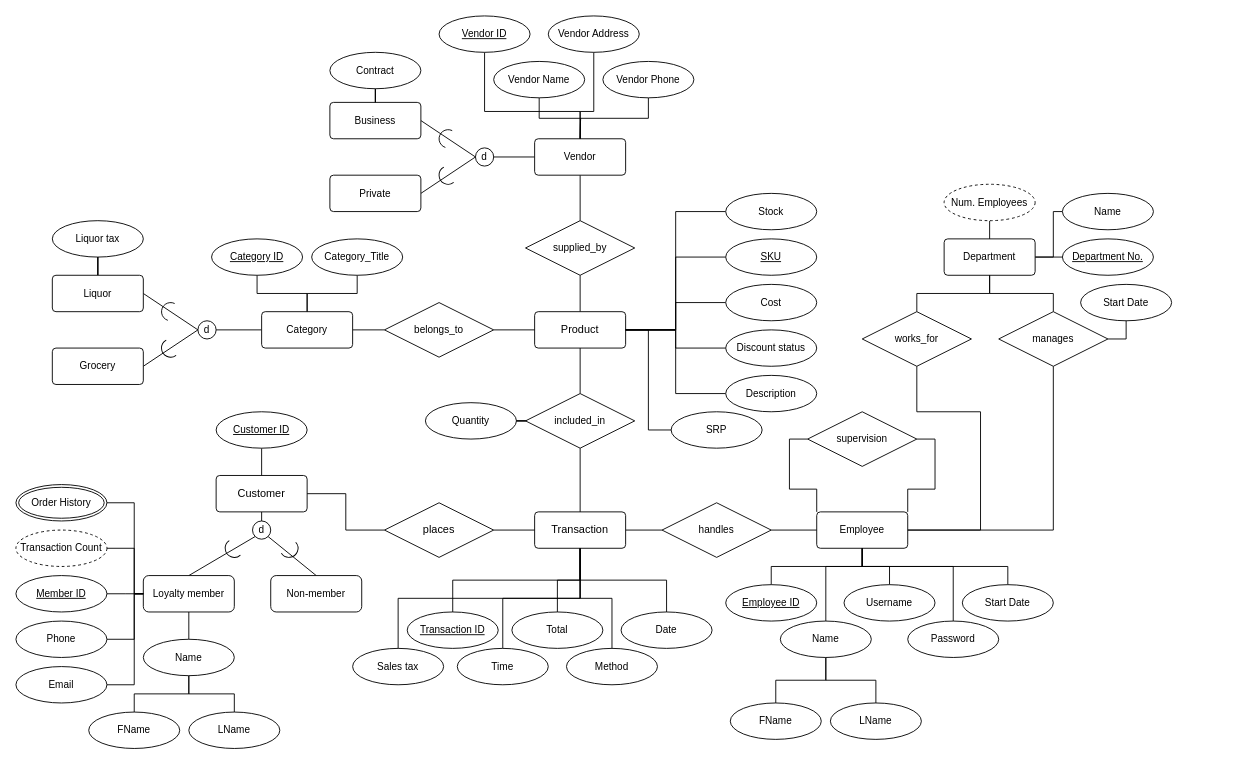
Before: Scotts_Bar_2_ERD.drawio in vincentgruse/ScottsBar2, a draw.io diagram. Source tidied: cells renumbered, new cells numbered last; positions are measured from the earlier drawing's top-left corner, leaving out a move shared by most shapes. Both pictures are drawn from the tidied source at 91%, with x=0, y=0 at pixel (15, 15).
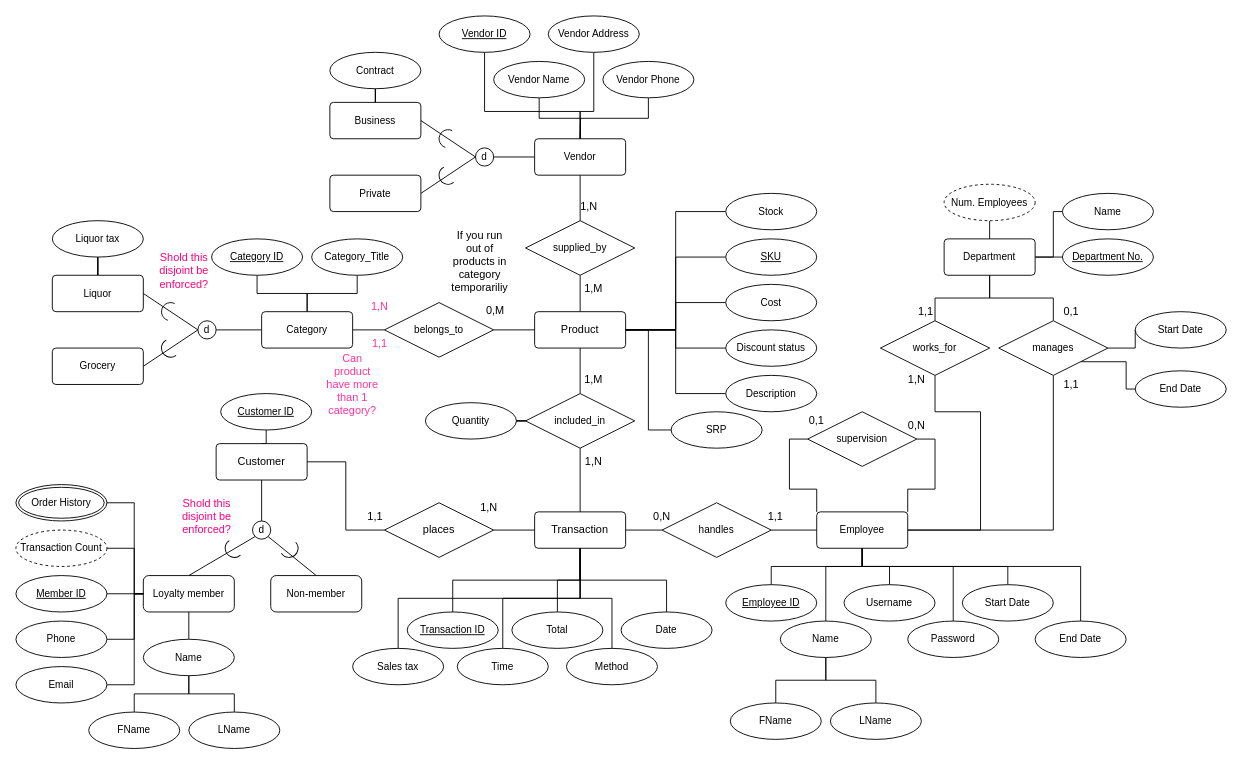
The same page after the edit.

Commit message:
Added cardinalities, some comments/questions

Unchanged cells that the change refers to:
```xml
<mxCell id="61" value="Employee" style="rounded=1;arcSize=10;whiteSpace=wrap;html=1;align=center;fontFamily=Helvetica;fontSize=11;fontColor=default;labelBackgroundColor=default;" parent="1" vertex="1">
  <mxGeometry x="880" y="545" width="100" height="40" as="geometry" />
</mxCell>
```

The edit, as a diff of the source:
```diff
@@
     <mxCell id="8" value="Customer" style="rounded=1;arcSize=10;whiteSpace=wrap;html=1;align=center;" parent="1" vertex="1">
-      <mxGeometry x="220" y="505" width="100" height="40" as="geometry" />
+      <mxGeometry x="220" y="470" width="100" height="40" as="geometry" />
     </mxCell>
@@
     <mxCell id="69" style="edgeStyle=orthogonalEdgeStyle;rounded=0;jettySize=auto;html=1;exitX=0.5;exitY=1;exitDx=0;exitDy=0;entryX=1;entryY=0.5;entryDx=0;entryDy=0;strokeColor=default;align=center;verticalAlign=middle;fontFamily=Helvetica;fontSize=11;fontColor=default;labelBackgroundColor=default;endArrow=none;endFill=0;" parent="1" edge="1" source="70" target="61">
       <mxGeometry relative="1" as="geometry">
         <Array as="points">
-          <mxPoint x="990" y="435" />
+          <mxPoint x="1010" y="435" />
           <mxPoint x="1060" y="435" />
           <mxPoint x="1060" y="565" />
         </Array>
       </mxGeometry>
     </mxCell>
     <mxCell id="70" value="works_for" style="shape=rhombus;perimeter=rhombusPerimeter;whiteSpace=wrap;html=1;align=center;fontFamily=Helvetica;fontSize=11;fontColor=default;labelBackgroundColor=default;" parent="1" vertex="1">
-      <mxGeometry x="930" y="325" width="120" height="60" as="geometry" />
+      <mxGeometry x="950" y="335" width="120" height="60" as="geometry" />
     </mxCell>
@@
+    <mxCell id="139" style="edgeStyle=orthogonalEdgeStyle;rounded=0;jettySize=auto;html=1;exitX=1;exitY=1;exitDx=0;exitDy=0;entryX=0;entryY=0.5;entryDx=0;entryDy=0;endArrow=none;endFill=0;" parent="1" edge="1" source="73" target="150">
+      <mxGeometry relative="1" as="geometry" />
+    </mxCell>
     <mxCell id="73" value="manages" style="shape=rhombus;perimeter=rhombusPerimeter;whiteSpace=wrap;html=1;align=center;fontFamily=Helvetica;fontSize=11;fontColor=default;labelBackgroundColor=default;" parent="1" vertex="1">
-      <mxGeometry x="1080" y="325" width="120" height="60" as="geometry" />
+      <mxGeometry x="1080" y="335" width="120" height="60" as="geometry" />
     </mxCell>
@@
     <mxCell id="87" value="Start Date" style="ellipse;whiteSpace=wrap;html=1;align=center;fontFamily=Helvetica;fontSize=11;fontColor=default;labelBackgroundColor=default;" parent="1" vertex="1">
-      <mxGeometry x="1170" y="295" width="100" height="40" as="geometry" />
+      <mxGeometry x="1230" y="325" width="100" height="40" as="geometry" />
     </mxCell>
@@
     <mxCell id="104" value="&lt;u&gt;Customer ID&lt;/u&gt;" style="ellipse;whiteSpace=wrap;html=1;align=center;fontFamily=Helvetica;fontSize=11;fontColor=default;labelBackgroundColor=default;" parent="1" vertex="1">
-      <mxGeometry x="220" y="435" width="100" height="40" as="geometry" />
+      <mxGeometry x="225" y="415" width="100" height="40" as="geometry" />
     </mxCell>
@@
+    <mxCell id="140" value="1,1" style="text;strokeColor=none;align=center;fillColor=none;html=1;verticalAlign=middle;whiteSpace=wrap;rounded=0;" parent="1" vertex="1">
+      <mxGeometry x="805" y="535" width="60" height="30" as="geometry" />
+    </mxCell>
+    <mxCell id="141" value="1,N" style="text;strokeColor=none;align=center;fillColor=none;html=1;verticalAlign=middle;whiteSpace=wrap;rounded=0;" parent="1" vertex="1">
+      <mxGeometry x="490" y="525" width="60" height="30" as="geometry" />
+    </mxCell>
+    <mxCell id="142" value="0,N" style="text;strokeColor=none;align=center;fillColor=none;html=1;verticalAlign=middle;whiteSpace=wrap;rounded=0;" parent="1" vertex="1">
+      <mxGeometry x="680" y="535" width="60" height="30" as="geometry" />
+    </mxCell>
+    <mxCell id="143" value="1,N" style="text;strokeColor=none;align=center;fillColor=none;html=1;verticalAlign=middle;whiteSpace=wrap;rounded=0;" parent="1" vertex="1">
+      <mxGeometry x="600" y="195" width="60" height="30" as="geometry" />
+    </mxCell>
+    <mxCell id="144" value="1,M" style="text;strokeColor=none;align=center;fillColor=none;html=1;verticalAlign=middle;whiteSpace=wrap;rounded=0;" parent="1" vertex="1">
+      <mxGeometry x="605" y="285" width="60" height="30" as="geometry" />
+    </mxCell>
+    <mxCell id="145" value="1,N" style="text;strokeColor=none;align=center;fillColor=none;html=1;verticalAlign=middle;whiteSpace=wrap;rounded=0;" parent="1" vertex="1">
+      <mxGeometry x="605" y="475" width="60" height="30" as="geometry" />
+    </mxCell>
+    <mxCell id="146" value="1,M" style="text;strokeColor=none;align=center;fillColor=none;html=1;verticalAlign=middle;whiteSpace=wrap;rounded=0;" parent="1" vertex="1">
+      <mxGeometry x="605" y="385" width="60" height="30" as="geometry" />
+    </mxCell>
+    <mxCell id="147" value="1,1" style="text;strokeColor=none;align=center;fillColor=none;html=1;verticalAlign=middle;whiteSpace=wrap;rounded=0;" parent="1" vertex="1">
+      <mxGeometry x="365" y="535" width="60" height="30" as="geometry" />
+    </mxCell>
+    <mxCell id="148" value="0,N" style="text;strokeColor=none;align=center;fillColor=none;html=1;verticalAlign=middle;whiteSpace=wrap;rounded=0;" parent="1" vertex="1">
+      <mxGeometry x="960" y="435" width="60" height="30" as="geometry" />
+    </mxCell>
+    <mxCell id="149" value="0,1" style="text;strokeColor=none;align=center;fillColor=none;html=1;verticalAlign=middle;whiteSpace=wrap;rounded=0;" parent="1" vertex="1">
+      <mxGeometry x="850" y="430" width="60" height="30" as="geometry" />
+    </mxCell>
+    <mxCell id="150" value="End Date" style="ellipse;whiteSpace=wrap;html=1;align=center;fontFamily=Helvetica;fontSize=11;fontColor=default;labelBackgroundColor=default;" parent="1" vertex="1">
+      <mxGeometry x="1230" y="390" width="100" height="40" as="geometry" />
+    </mxCell>
+    <mxCell id="151" style="edgeStyle=orthogonalEdgeStyle;rounded=0;jettySize=auto;html=1;exitX=0.5;exitY=0;exitDx=0;exitDy=0;entryX=0.5;entryY=1;entryDx=0;entryDy=0;endArrow=none;endFill=0;" parent="1" edge="1" source="152" target="61">
+      <mxGeometry relative="1" as="geometry">
+        <Array as="points">
+          <mxPoint x="1170" y="605" />
+          <mxPoint x="930" y="605" />
+        </Array>
+      </mxGeometry>
+    </mxCell>
+    <mxCell id="152" value="End Date" style="ellipse;whiteSpace=wrap;html=1;align=center;fontFamily=Helvetica;fontSize=11;fontColor=default;labelBackgroundColor=default;" parent="1" vertex="1">
+      <mxGeometry x="1120" y="665" width="100" height="40" as="geometry" />
+    </mxCell>
+    <mxCell id="153" value="1,1" style="text;strokeColor=none;align=center;fillColor=none;html=1;verticalAlign=middle;whiteSpace=wrap;rounded=0;" parent="1" vertex="1">
+      <mxGeometry x="970" y="310" width="60" height="30" as="geometry" />
+    </mxCell>
+    <mxCell id="154" value="1,N" style="text;strokeColor=none;align=center;fillColor=none;html=1;verticalAlign=middle;whiteSpace=wrap;rounded=0;" parent="1" vertex="1">
+      <mxGeometry x="960" y="385" width="60" height="30" as="geometry" />
+    </mxCell>
+    <mxCell id="155" value="0,1" style="text;strokeColor=none;align=center;fillColor=none;html=1;verticalAlign=middle;whiteSpace=wrap;rounded=0;" parent="1" vertex="1">
+      <mxGeometry x="1130" y="310" width="60" height="30" as="geometry" />
+    </mxCell>
+    <mxCell id="156" value="&lt;font color=&quot;#ff3399&quot; style=&quot;font-size: 12px;&quot;&gt;1,1&lt;/font&gt;" style="text;strokeColor=none;align=center;fillColor=none;html=1;verticalAlign=middle;whiteSpace=wrap;rounded=0;" parent="1" vertex="1">
+      <mxGeometry x="370" y="345" width="60" height="30" as="geometry" />
+    </mxCell>
+    <mxCell id="157" value="1,1" style="text;strokeColor=none;align=center;fillColor=none;html=1;verticalAlign=middle;whiteSpace=wrap;rounded=0;" parent="1" vertex="1">
+      <mxGeometry x="1130" y="390" width="60" height="30" as="geometry" />
+    </mxCell>
+    <mxCell id="158" value="&lt;font style=&quot;font-size: 12px;&quot; color=&quot;#ff3399&quot;&gt;1,N&lt;/font&gt;" style="text;strokeColor=none;align=center;fillColor=none;html=1;verticalAlign=middle;whiteSpace=wrap;rounded=0;" parent="1" vertex="1">
+      <mxGeometry x="370" y="305" width="60" height="30" as="geometry" />
+    </mxCell>
+    <mxCell id="159" value="&lt;font color=&quot;#ff3399&quot;&gt;Can product have more than 1 category?&lt;/font&gt;" style="text;strokeColor=none;align=center;fillColor=none;html=1;verticalAlign=middle;whiteSpace=wrap;rounded=0;" parent="1" vertex="1">
+      <mxGeometry x="340" y="390" width="60" height="30" as="geometry" />
+    </mxCell>
+    <mxCell id="160" value="&lt;span style=&quot;color: rgb(0, 0, 0); font-family: Helvetica; font-size: 12px; font-style: normal; font-variant-ligatures: normal; font-variant-caps: normal; font-weight: 400; letter-spacing: normal; orphans: 2; text-align: center; text-indent: 0px; text-transform: none; widows: 2; word-spacing: 0px; -webkit-text-stroke-width: 0px; white-space: normal; background-color: rgb(251, 251, 251); text-decoration-thickness: initial; text-decoration-style: initial; text-decoration-color: initial; display: inline !important; float: none;&quot;&gt;0,M&lt;/span&gt;" style="text;whiteSpace=wrap;html=1;" parent="1" vertex="1">
+      <mxGeometry x="515" y="310" width="30" height="30" as="geometry" />
+    </mxCell>
+    <mxCell id="161" value="If you run out of products in category temporariliy" style="text;strokeColor=none;align=center;fillColor=none;html=1;verticalAlign=middle;whiteSpace=wrap;rounded=0;" parent="1" vertex="1">
+      <mxGeometry x="480" y="255" width="60" height="30" as="geometry" />
+    </mxCell>
+    <mxCell id="162" value="&lt;font color=&quot;#ff0080&quot;&gt;Shold this disjoint be enforced?&lt;/font&gt;" style="text;strokeColor=none;align=center;fillColor=none;html=1;verticalAlign=middle;whiteSpace=wrap;rounded=0;" parent="1" vertex="1">
+      <mxGeometry x="155" y="265" width="60" height="30" as="geometry" />
+    </mxCell>
+    <mxCell id="163" value="&lt;font color=&quot;#ff0080&quot;&gt;Shold this disjoint be enforced?&lt;/font&gt;" style="text;strokeColor=none;align=center;fillColor=none;html=1;verticalAlign=middle;whiteSpace=wrap;rounded=0;" parent="1" vertex="1">
+      <mxGeometry x="180" y="535" width="60" height="30" as="geometry" />
+    </mxCell>
```
